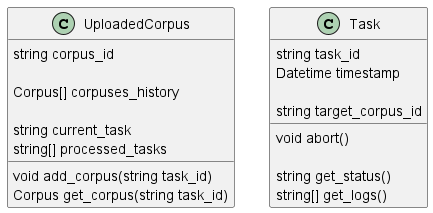
Above: docs/design/images/class_backend.png in parkchamchi/GlossySnake (PlantUML), before the change. Source of this version:
```plantuml
@startuml

class UploadedCorpus {
	string corpus_id

	Corpus[] corpuses_history

	string current_task
	string[] processed_tasks

	void add_corpus(string task_id)
	Corpus get_corpus(string task_id)
}

class Task {
	string task_id
	Datetime timestamp

	string target_corpus_id

	void abort()

	string get_status()
	string[] get_logs()
}

@enduml
```
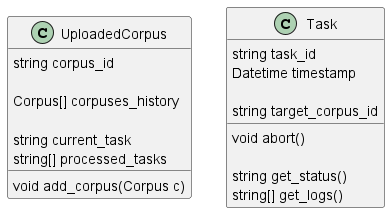
After the change.

What changed in the source:
```diff
@@ -8,8 +8,7 @@
 	string current_task
 	string[] processed_tasks
 
-	void add_corpus(string task_id)
-	Corpus get_corpus(string task_id)
+	void add_corpus(Corpus c)
 }
 
 class Task {
```
